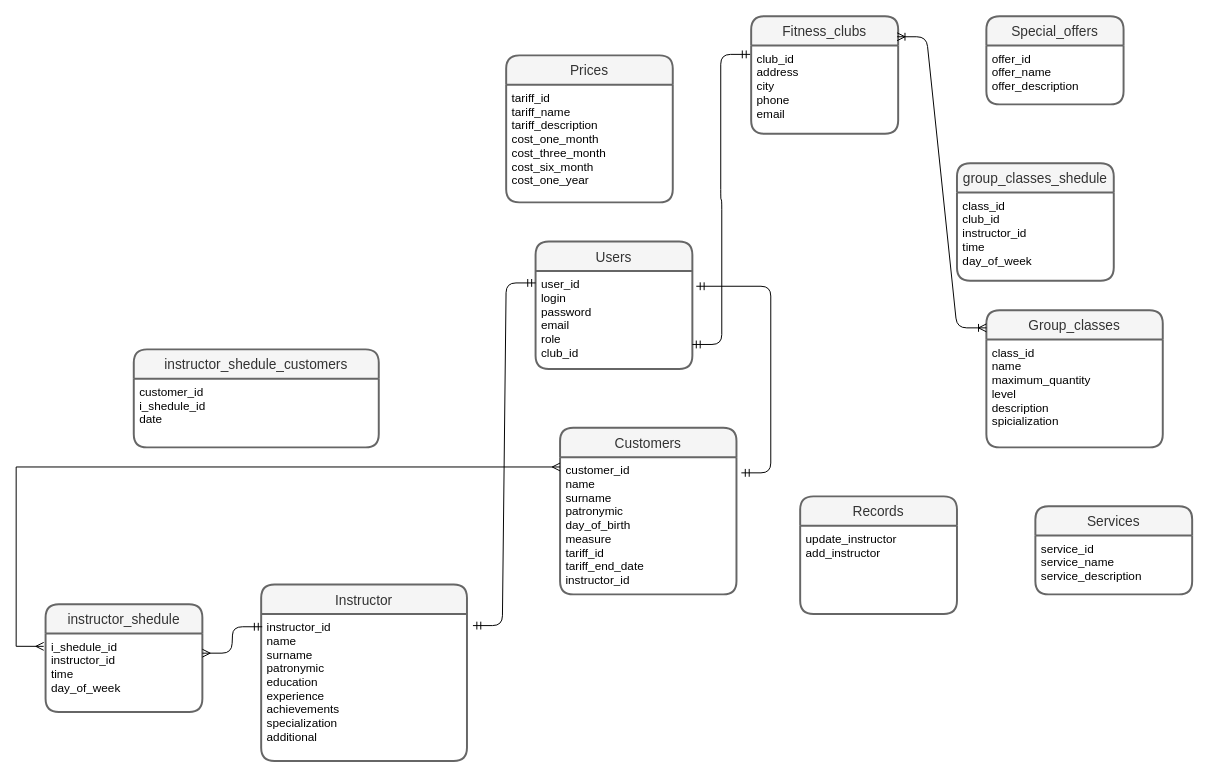
The draw.io diagram course_project.drawio in LyubaxaPro/database_course_project, before the edit. Source tidied: cells renumbered, new cells numbered last; positions are measured from the earlier drawing's top-left corner, leaving out a move shared by most shapes. Both pictures are drawn from the tidied source at 98%, with x=0, y=0 at pixel (16, 16).
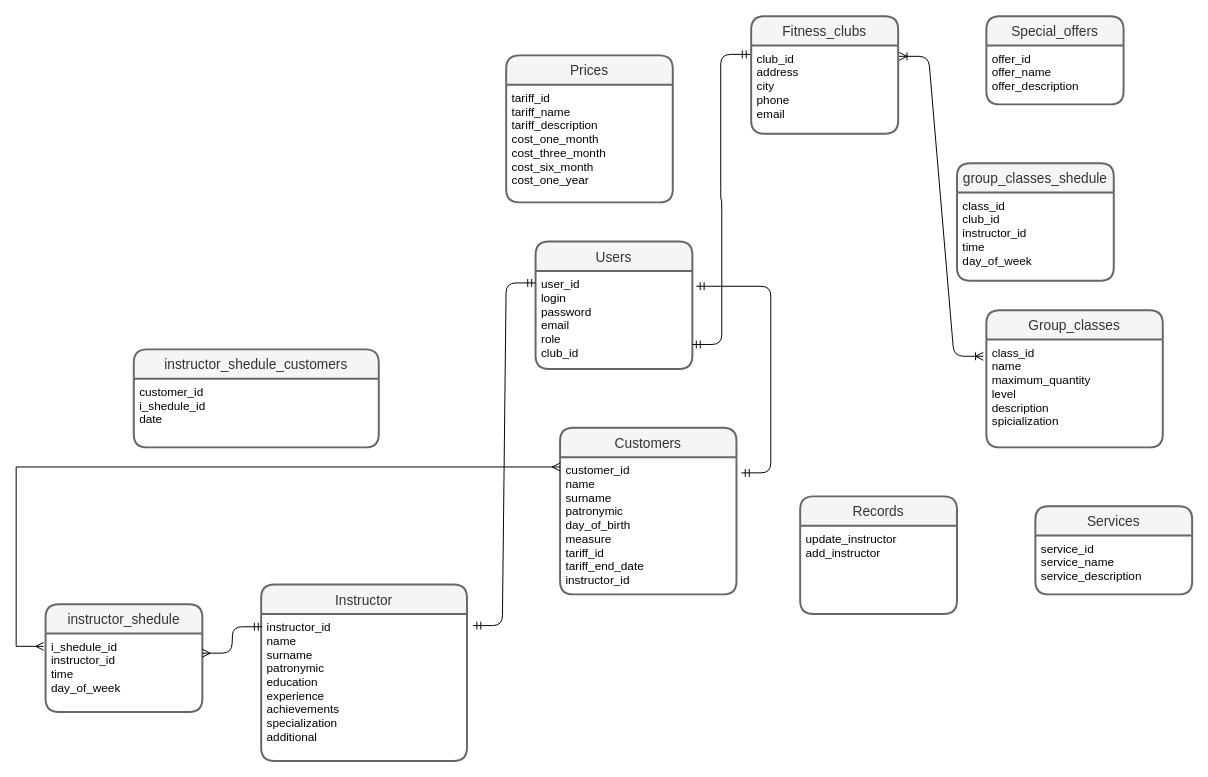
After the change.

The change refers to these unchanged cells:
```xml
<mxCell id="6" value="Fitness_clubs" style="swimlane;horizontal=1;startSize=30;rounded=1;fontSize=14;fontStyle=0;strokeWidth=2;shadow=0;dashed=0;align=center;fillColor=#f5f5f5;strokeColor=#666666;fontColor=#333333;" parent="1" vertex="1">
  <mxGeometry x="750" width="150" height="120" as="geometry" />
</mxCell>
<mxCell id="7" value="club_id&#10;address&#10;city&#10;phone&#10;email&#10;" style="align=left;strokeColor=none;fillColor=none;spacingLeft=4;fontSize=12;verticalAlign=top;" parent="6" vertex="1">
  <mxGeometry y="30" width="150" height="90" as="geometry" />
</mxCell>
<mxCell id="17" value="Group_classes" style="swimlane;horizontal=1;startSize=30;rounded=1;fontSize=14;fontStyle=0;strokeWidth=2;shadow=0;dashed=0;align=center;fillColor=#f5f5f5;strokeColor=#666666;fontColor=#333333;" parent="1" vertex="1">
  <mxGeometry x="990" y="300" width="180" height="140" as="geometry" />
</mxCell>
<mxCell id="18" value="class_id&#10;name&#10;maximum_quantity&#10;level&#10;description&#10;spicialization&#10;&#10;" style="align=left;strokeColor=none;fillColor=none;spacingLeft=4;fontSize=12;verticalAlign=top;" parent="17" vertex="1">
  <mxGeometry y="30" width="180" height="110" as="geometry" />
</mxCell>
```

The edit, as a diff of the source:
```diff
@@
-    <mxCell id="22" style="edgeStyle=entityRelationEdgeStyle;fontSize=12;html=1;endArrow=ERoneToMany;startArrow=ERoneToMany;entryX=0;entryY=0.129;entryDx=0;entryDy=0;entryPerimeter=0;exitX=0.993;exitY=0.175;exitDx=0;exitDy=0;exitPerimeter=0;" parent="1" edge="1" source="6" target="17">
+    <mxCell id="22" style="edgeStyle=entityRelationEdgeStyle;fontSize=12;html=1;endArrow=ERoneToMany;startArrow=ERoneToMany;entryX=-0.017;entryY=0.155;entryDx=0;entryDy=0;entryPerimeter=0;exitX=1.007;exitY=0.122;exitDx=0;exitDy=0;exitPerimeter=0;" parent="1" edge="1" source="7" target="18">
       <mxGeometry relative="1" as="geometry" />
     </mxCell>
```
